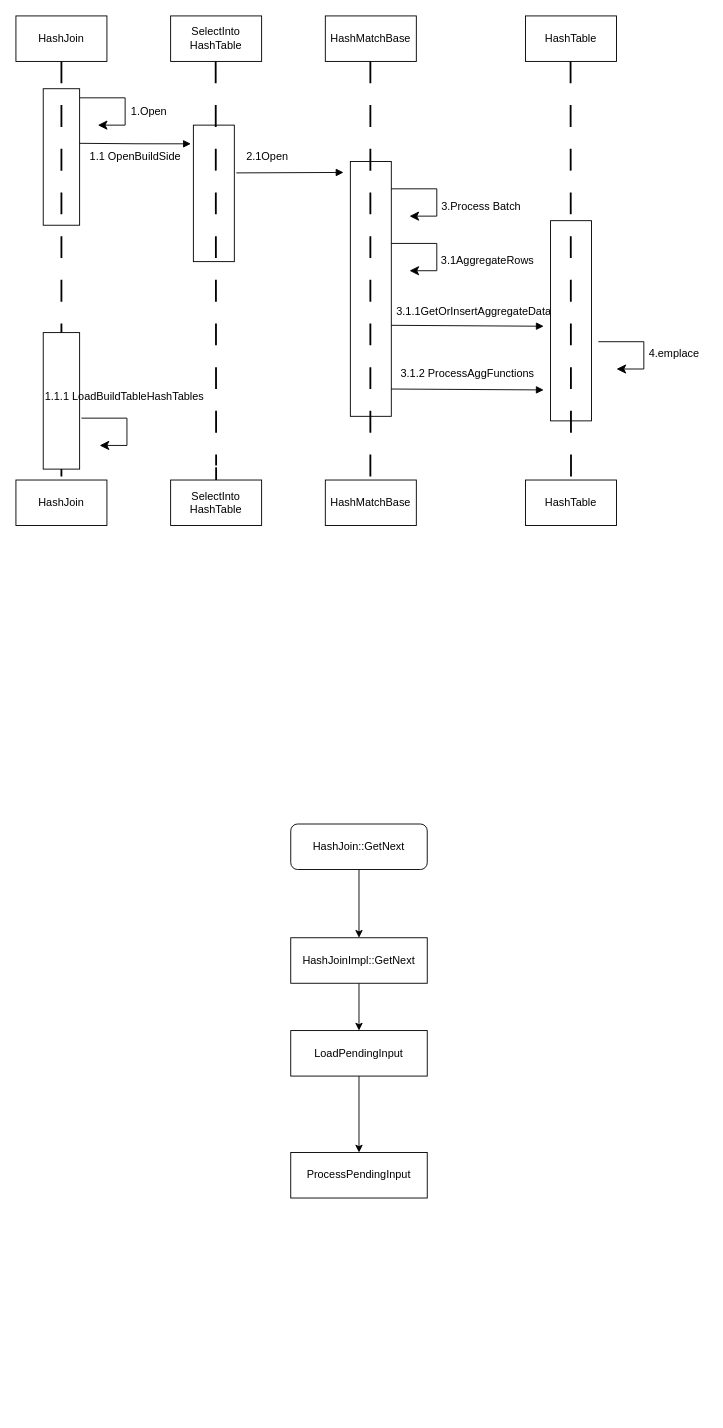
The draw.io diagram pic/未命名绘图.drawio in KaiSongXie/drawio, before the edit. Source tidied: cells renumbered, new cells numbered last; positions are measured from the earlier drawing's top-left corner, leaving out a move shared by most shapes. Both pictures are drawn from the tidied source at 91%, with x=0, y=0 at pixel (15, 15).
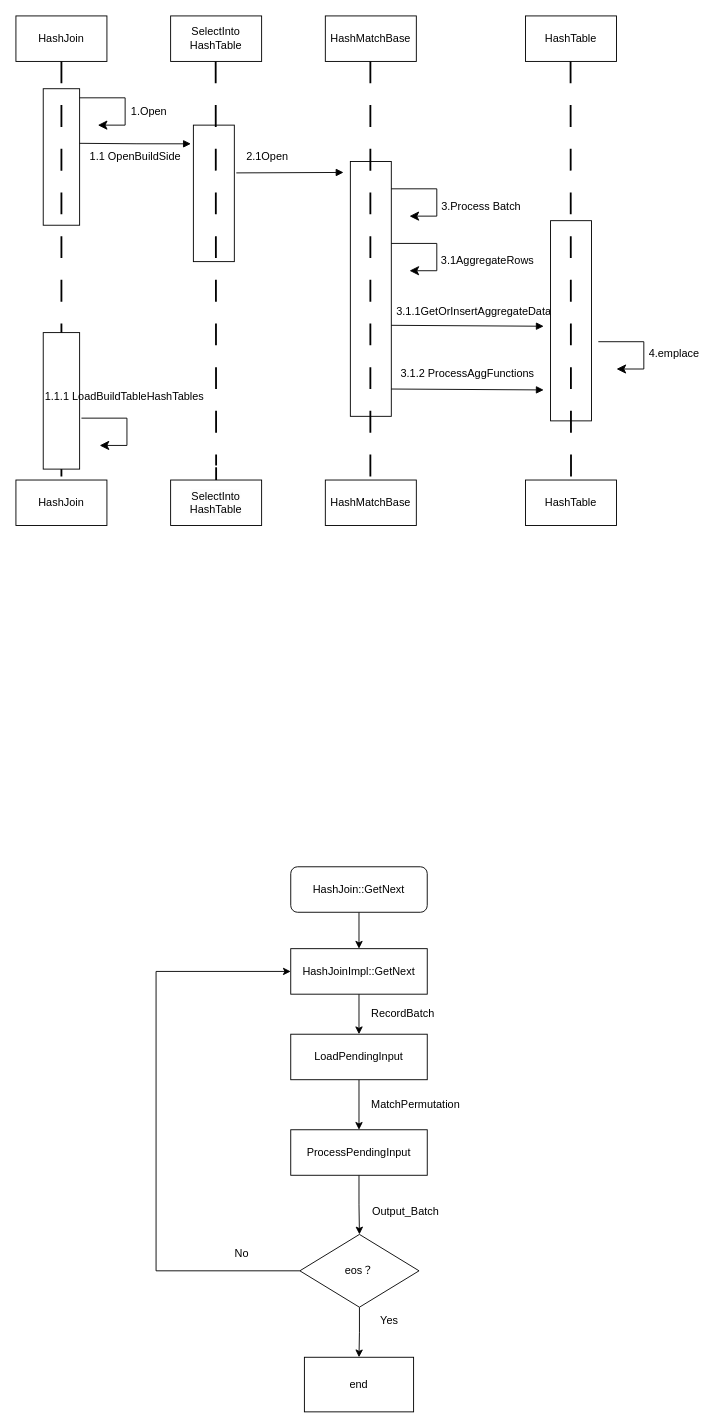
After the change.

Commit message:
更新未命名绘图.drawio

Diff of the diagram source:
```diff
@@
     <mxCell id="36" value="HashJoin::GetNext" style="rounded=1;whiteSpace=wrap;html=1;" parent="1" vertex="1">
-      <mxGeometry x="302" y="888" width="150" height="50" as="geometry" />
+      <mxGeometry x="302" y="935" width="150" height="50" as="geometry" />
     </mxCell>
@@
     <mxCell id="38" value="HashJoinImpl::GetNext" style="rounded=0;whiteSpace=wrap;html=1;" parent="1" vertex="1">
-      <mxGeometry x="302" y="1013" width="150" height="50" as="geometry" />
+      <mxGeometry x="302" y="1025" width="150" height="50" as="geometry" />
     </mxCell>
@@
     <mxCell id="44" value="LoadPendingInput" style="rounded=0;whiteSpace=wrap;html=1;" parent="1" vertex="1">
-      <mxGeometry x="302" y="1115" width="150" height="50" as="geometry" />
+      <mxGeometry x="302" y="1119" width="150" height="50" as="geometry" />
     </mxCell>
+    <mxCell id="46" style="edgeStyle=orthogonalEdgeStyle;rounded=0;jettySize=auto;html=1;" parent="1" edge="1" source="45" target="51">
+      <mxGeometry relative="1" as="geometry" />
+    </mxCell>
     <mxCell id="45" value="ProcessPendingInput" style="rounded=0;whiteSpace=wrap;html=1;" parent="1" vertex="1">
-      <mxGeometry x="302" y="1249" width="150" height="50" as="geometry" />
+      <mxGeometry x="302" y="1224" width="150" height="50" as="geometry" />
     </mxCell>
+    <mxCell id="47" value="RecordBatch" style="text;html=1;align=center;verticalAlign=middle;strokeColor=none;fillColor=none;" parent="1" vertex="1">
+      <mxGeometry x="381" y="1084" width="87" height="26" as="geometry" />
+    </mxCell>
+    <mxCell id="48" value="MatchPermutation" style="text;html=1;align=center;verticalAlign=middle;strokeColor=none;fillColor=none;" parent="1" vertex="1">
+      <mxGeometry x="381" y="1184" width="115" height="26" as="geometry" />
+    </mxCell>
+    <mxCell id="49" style="edgeStyle=orthogonalEdgeStyle;rounded=0;jettySize=auto;html=1;" parent="1" edge="1" source="51" target="52">
+      <mxGeometry relative="1" as="geometry" />
+    </mxCell>
+    <mxCell id="50" style="edgeStyle=orthogonalEdgeStyle;rounded=0;jettySize=auto;html=1;exitX=0;exitY=0.5;exitDx=0;exitDy=0;entryX=0;entryY=0.5;entryDx=0;entryDy=0;" parent="1" edge="1" source="51" target="38">
+      <mxGeometry relative="1" as="geometry">
+        <Array as="points">
+          <mxPoint x="154" y="1379" />
+          <mxPoint x="154" y="1050" />
+        </Array>
+      </mxGeometry>
+    </mxCell>
+    <mxCell id="51" value="eos？" style="rhombus;whiteSpace=wrap;html=1;rounded=0;" parent="1" vertex="1">
+      <mxGeometry x="312" y="1339" width="131" height="80" as="geometry" />
+    </mxCell>
+    <mxCell id="52" value="end" style="rounded=0;whiteSpace=wrap;html=1;" parent="1" vertex="1">
+      <mxGeometry x="317" y="1474" width="120" height="60" as="geometry" />
+    </mxCell>
+    <mxCell id="53" value="No" style="text;html=1;align=center;verticalAlign=middle;strokeColor=none;fillColor=none;" parent="1" vertex="1">
+      <mxGeometry x="231" y="1347" width="33" height="26" as="geometry" />
+    </mxCell>
+    <mxCell id="54" value="Yes" style="text;html=1;align=center;verticalAlign=middle;strokeColor=none;fillColor=none;" parent="1" vertex="1">
+      <mxGeometry x="391" y="1421" width="38" height="26" as="geometry" />
+    </mxCell>
+    <mxCell id="55" value="Output_Batch" style="text;html=1;align=center;verticalAlign=middle;strokeColor=none;fillColor=none;" parent="1" vertex="1">
+      <mxGeometry x="382" y="1301" width="91" height="26" as="geometry" />
+    </mxCell>
```
